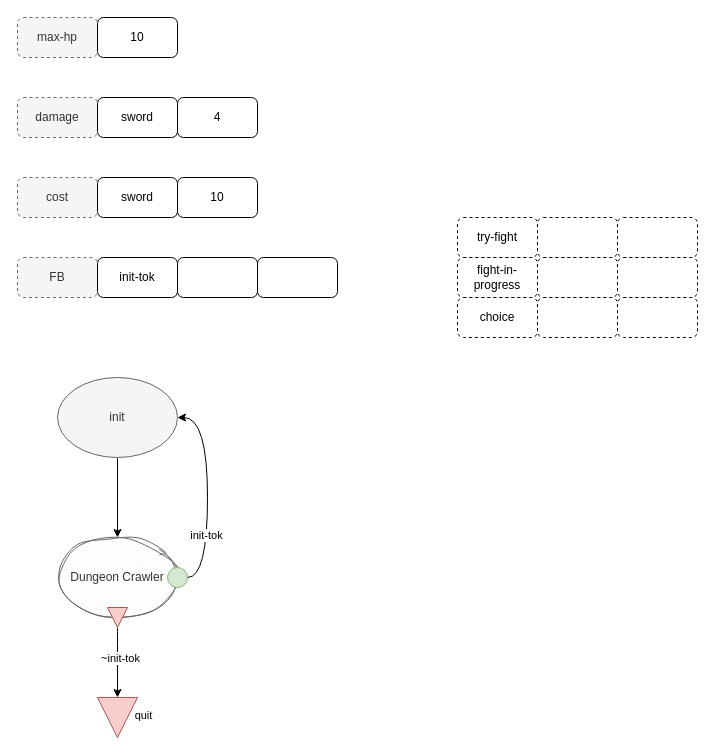
guitarvydas/ceptre keeps this draw.io diagram as page "Top" (2 of 16) of dw/dc.drawio. Above is the earlier version. Source tidied: cells renumbered, new cells numbered last; positions are measured from the earlier drawing's top-left corner, leaving out a move shared by most shapes. Both pictures are drawn from the tidied source at 100%, with x=0, y=0 at pixel (17, 17).
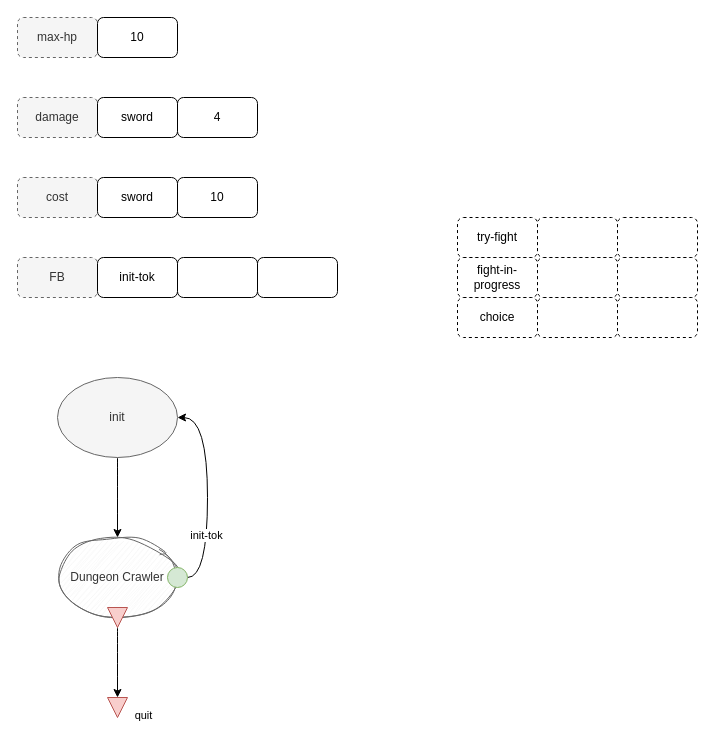
After the change.

The change refers to these unchanged cells:
```xml
<mxCell id="16" style="edgeStyle=orthogonalEdgeStyle;shape=connector;curved=1;rounded=1;jettySize=auto;html=1;exitX=1;exitY=0.5;exitDx=0;exitDy=0;entryX=0;entryY=0.5;entryDx=0;entryDy=0;labelBackgroundColor=default;strokeColor=default;align=center;verticalAlign=middle;fontFamily=Helvetica;fontSize=11;fontColor=default;endArrow=classic;" parent="1" edge="1" source="32" target="31">
  <mxGeometry relative="1" as="geometry" />
</mxCell>
```

Diff of the diagram source:
```diff
@@
-    <mxCell id="18" value="~init-tok" style="edgeLabel;html=1;align=center;verticalAlign=middle;fontSize=11;fontFamily=Helvetica;fontColor=default;" parent="16" vertex="1">
-      <mxGeometry x="-0.14" y="2" relative="1" as="geometry" />
-    </mxCell>
@@
     <mxCell id="31" style="triangle;whiteSpace=wrap;html=1;rotation=90;fillColor=#f8cecc;strokeColor=#b85450;" parent="1" vertex="1">
-      <mxGeometry x="80" y="680" width="40" height="40" as="geometry" />
+      <mxGeometry x="90" y="680" width="20" height="20" as="geometry" />
     </mxCell>
```
